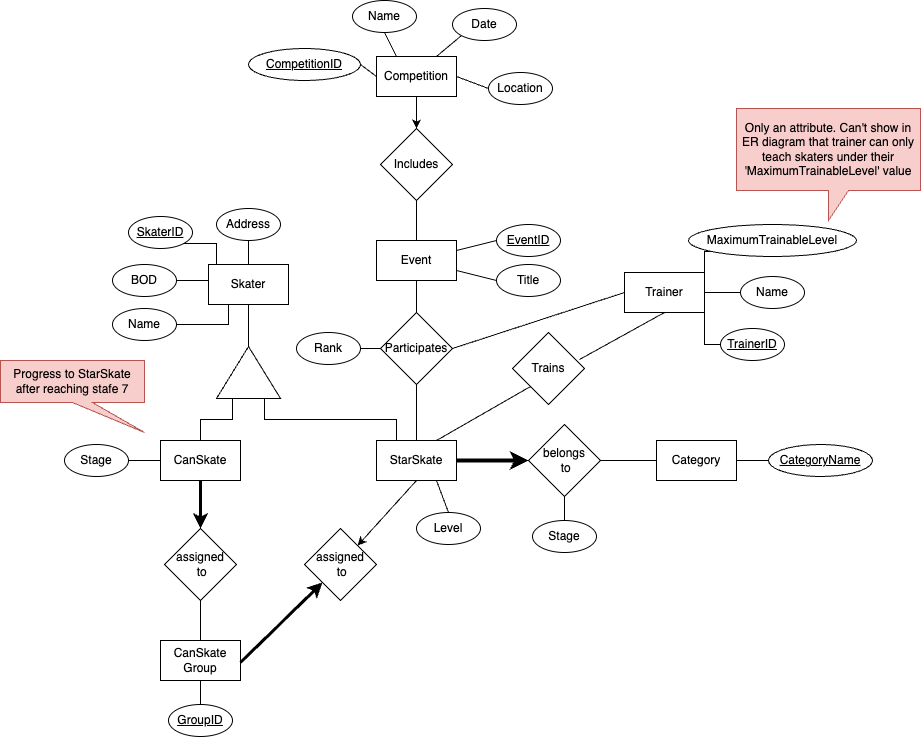
Earlier version of the draw.io export COMP421/Assignments/assignment1.drawio.png (XxScarletxX/Winter2025). Source tidied: cells renumbered, new cells last; positions are measured from the earlier drawing's top-left corner, leaving out a move shared by most shapes.
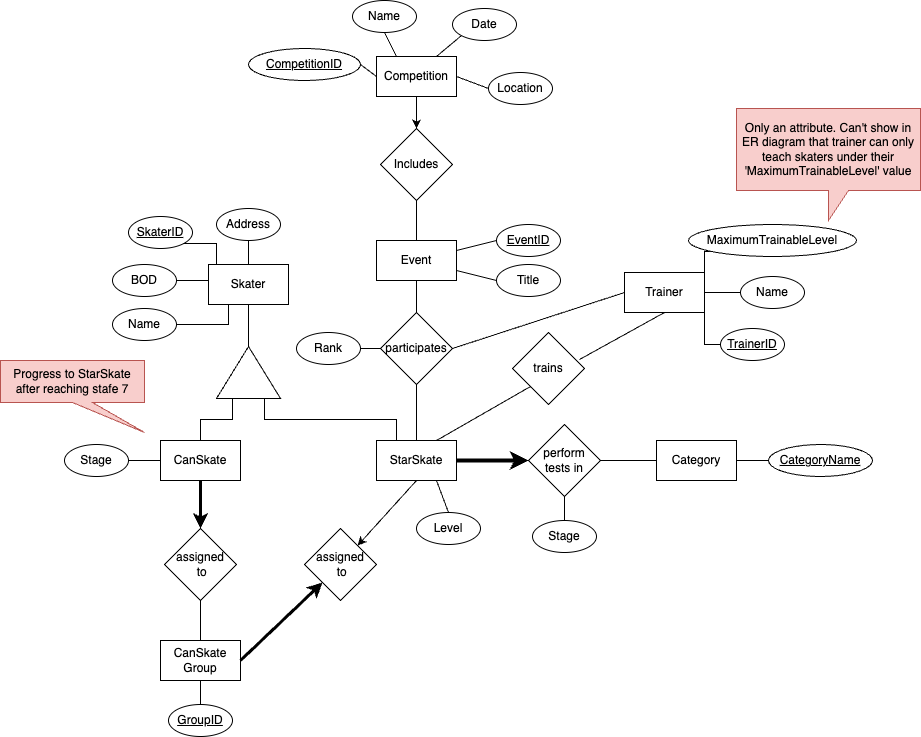
After the commit.

Change to the diagram source:
```diff
@@ -50,10 +50,8 @@
     <mxCell id="17" style="endArrow=none;html=1;rounded=0;entryX=0.5;entryY=1;entryDx=0;entryDy=0;endFill=0;startArrow=classic;startFill=1;" parent="1" edge="1" source="16" target="11">
       <mxGeometry relative="1" as="geometry" />
     </mxCell>
-    <mxCell id="18" style="endArrow=classic;html=1;rounded=0;entryX=0;entryY=1;entryDx=0;entryDy=0;strokeWidth=3;endFill=1;" parent="1" edge="1" target="16">
-      <mxGeometry relative="1" as="geometry">
-        <mxPoint x="240" y="662" as="sourcePoint" />
-      </mxGeometry>
+    <mxCell id="18" style="endArrow=classic;html=1;rounded=0;entryX=0;entryY=1;entryDx=0;entryDy=0;strokeWidth=3;endFill=1;exitX=1;exitY=0.5;exitDx=0;exitDy=0;" parent="1" edge="1" source="15" target="16">
+      <mxGeometry relative="1" as="geometry" />
     </mxCell>
     <mxCell id="19" style="edgeStyle=orthogonalEdgeStyle;rounded=0;jettySize=auto;html=1;exitX=1;exitY=0.5;exitDx=0;exitDy=0;entryX=0;entryY=0.5;entryDx=0;entryDy=0;endArrow=none;endFill=0;" parent="1" edge="1" source="21" target="23">
       <mxGeometry relative="1" as="geometry" />
@@ -61,7 +59,7 @@
     <mxCell id="20" style="edgeStyle=orthogonalEdgeStyle;rounded=0;jettySize=auto;html=1;exitX=0.5;exitY=1;exitDx=0;exitDy=0;endArrow=none;endFill=0;" parent="1" edge="1" source="21" target="55">
       <mxGeometry relative="1" as="geometry" />
     </mxCell>
-    <mxCell id="21" value="belongs&lt;div&gt;&amp;nbsp;to&lt;/div&gt;" style="rhombus;whiteSpace=wrap;html=1;" parent="1" vertex="1">
+    <mxCell id="21" value="perform tests in" style="rhombus;whiteSpace=wrap;html=1;" parent="1" vertex="1">
       <mxGeometry x="528" y="424" width="72" height="72" as="geometry" />
     </mxCell>
     <mxCell id="22" style="edgeStyle=orthogonalEdgeStyle;rounded=0;jettySize=auto;html=1;exitX=1;exitY=0.5;exitDx=0;exitDy=0;entryX=0;entryY=0.5;entryDx=0;entryDy=0;endArrow=none;endFill=0;" parent="1" edge="1" source="23" target="56">
@@ -83,7 +81,7 @@
     <mxCell id="26" value="Trainer" style="rounded=0;whiteSpace=wrap;html=1;" parent="1" vertex="1">
       <mxGeometry x="624" y="272" width="80" height="40" as="geometry" />
     </mxCell>
-    <mxCell id="27" value="Trains" style="rhombus;whiteSpace=wrap;html=1;" parent="1" vertex="1">
+    <mxCell id="27" value="trains" style="rhombus;whiteSpace=wrap;html=1;" parent="1" vertex="1">
       <mxGeometry x="512" y="332" width="72" height="72" as="geometry" />
     </mxCell>
     <mxCell id="28" style="endArrow=none;html=1;rounded=0;entryX=0;entryY=1;entryDx=0;entryDy=0;endFill=0;startArrow=none;startFill=0;exitX=0.75;exitY=0;exitDx=0;exitDy=0;" parent="1" edge="1" source="11" target="27">
@@ -116,7 +114,7 @@
     <mxCell id="37" style="edgeStyle=orthogonalEdgeStyle;rounded=0;jettySize=auto;html=1;exitX=0;exitY=0.5;exitDx=0;exitDy=0;entryX=1;entryY=0.5;entryDx=0;entryDy=0;endArrow=none;endFill=0;" parent="1" edge="1" source="38" target="63">
       <mxGeometry relative="1" as="geometry" />
     </mxCell>
-    <mxCell id="38" value="Participates" style="rhombus;whiteSpace=wrap;html=1;" parent="1" vertex="1">
+    <mxCell id="38" value="participates" style="rhombus;whiteSpace=wrap;html=1;" parent="1" vertex="1">
       <mxGeometry x="380" y="312" width="72" height="72" as="geometry" />
     </mxCell>
     <mxCell id="39" style="edgeStyle=orthogonalEdgeStyle;rounded=0;jettySize=auto;html=1;exitX=0.5;exitY=1;exitDx=0;exitDy=0;entryX=0.5;entryY=0;entryDx=0;entryDy=0;endArrow=none;endFill=0;" parent="1" edge="1" source="40" target="33">
```
